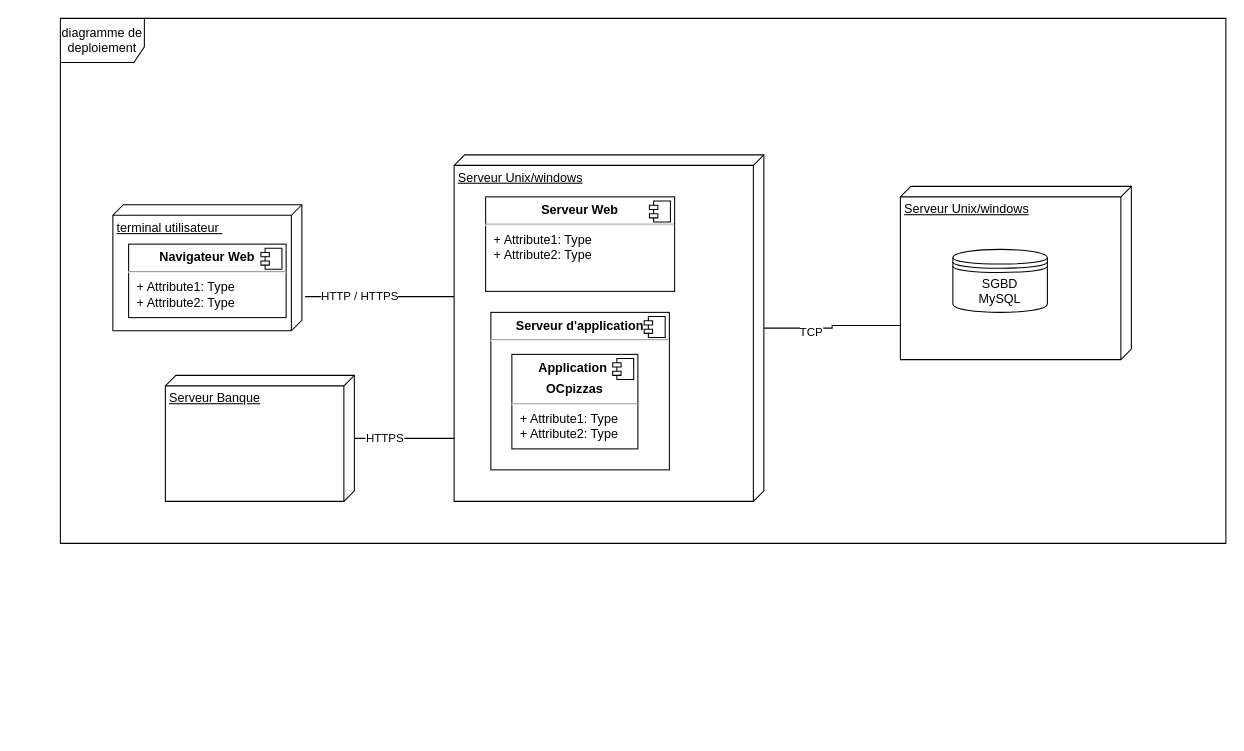
The draw.io diagram documentation/Diagramme deploiement OCpizzas.drawio in jbbaillet85/OCpizzas, before the edit. Source tidied: cells renumbered, new cells numbered last; positions are measured from the earlier drawing's top-left corner, leaving out a move shared by most shapes. Both pictures are drawn from the tidied source at 105%, with x=0, y=0 at pixel (60, 18).
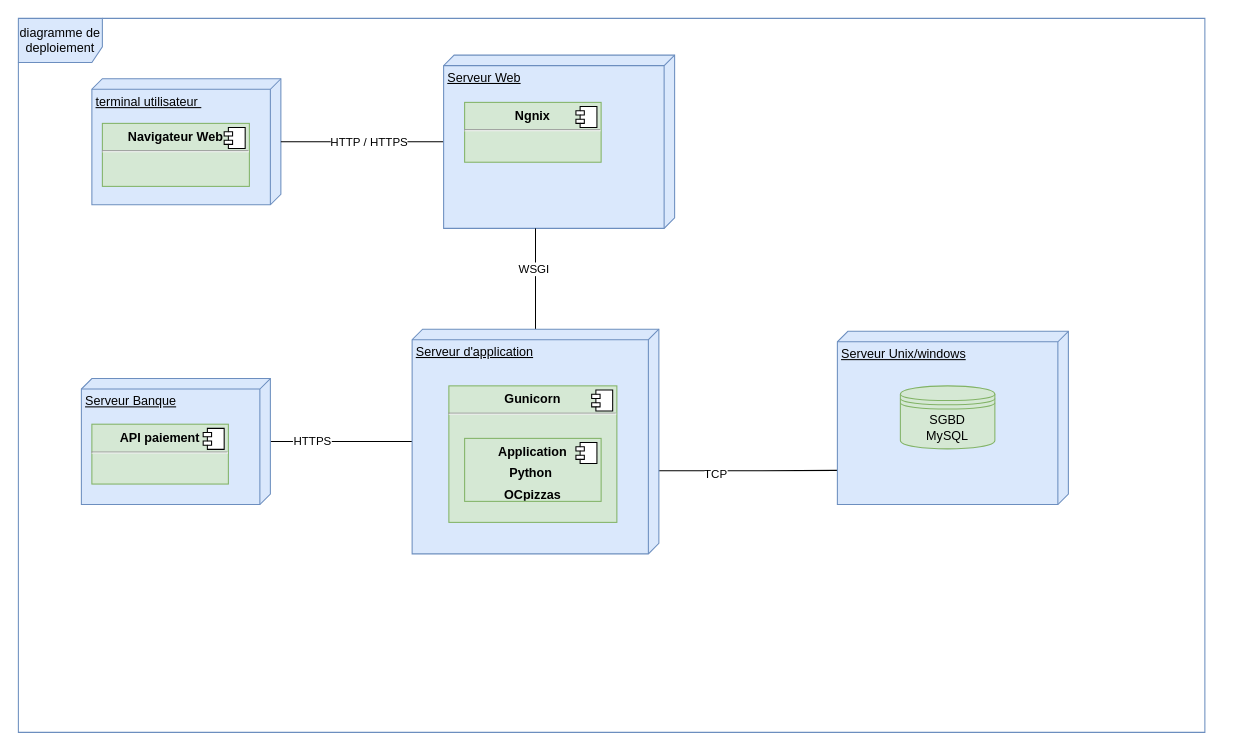
Above is the later version.

Commit message (it also covers changes not shown here):
diagrame de deploiement

Change to the diagram source:
```diff
@@
-    <mxCell id="2" value="diagramme de deploiement" style="shape=umlFrame;whiteSpace=wrap;html=1;width=80;height=42;" parent="1" vertex="1">
-      <mxGeometry width="1110" height="500" as="geometry" />
+    <mxCell id="2" value="diagramme de deploiement" style="shape=umlFrame;whiteSpace=wrap;html=1;width=80;height=42;fillColor=#dae8fc;strokeColor=#6c8ebf;" parent="1" vertex="1">
+      <mxGeometry x="-40" width="1130" height="680" as="geometry" />
     </mxCell>
-    <mxCell id="3" value="terminal utilisateur&amp;nbsp;&lt;br&gt;" style="verticalAlign=top;align=left;spacingTop=8;spacingLeft=2;spacingRight=12;shape=cube;size=10;direction=south;fontStyle=4;html=1;" parent="1" vertex="1">
-      <mxGeometry x="50" y="177.5" width="180" height="120" as="geometry" />
+    <mxCell id="3" value="terminal utilisateur&amp;nbsp;&lt;br&gt;" style="verticalAlign=top;align=left;spacingTop=8;spacingLeft=2;spacingRight=12;shape=cube;size=10;direction=south;fontStyle=4;html=1;fillColor=#dae8fc;strokeColor=#6c8ebf;" parent="1" vertex="1">
+      <mxGeometry x="30" y="57.5" width="180" height="120" as="geometry" />
     </mxCell>
-    <mxCell id="4" style="edgeStyle=orthogonalEdgeStyle;rounded=0;jettySize=auto;html=1;entryX=0.803;entryY=1;entryDx=0;entryDy=0;entryPerimeter=0;endArrow=none;endFill=0;" parent="1" edge="1" source="8" target="9">
+    <mxCell id="4" style="edgeStyle=orthogonalEdgeStyle;rounded=0;jettySize=auto;html=1;entryX=0.803;entryY=1;entryDx=0;entryDy=0;entryPerimeter=0;endArrow=none;endFill=0;exitX=0.63;exitY=0.018;exitDx=0;exitDy=0;exitPerimeter=0;" parent="1" edge="1" source="18" target="9">
       <mxGeometry relative="1" as="geometry" />
     </mxCell>
@@
-    <mxCell id="6" style="edgeStyle=orthogonalEdgeStyle;rounded=0;jettySize=auto;html=1;entryX=0.729;entryY=-0.017;entryDx=0;entryDy=0;entryPerimeter=0;endArrow=none;endFill=0;" parent="1" edge="1" source="8" target="3">
-      <mxGeometry relative="1" as="geometry">
-        <Array as="points">
-          <mxPoint x="350" y="265" />
-          <mxPoint x="350" y="265" />
-        </Array>
-      </mxGeometry>
+    <mxCell id="6" style="edgeStyle=orthogonalEdgeStyle;rounded=0;jettySize=auto;html=1;endArrow=none;endFill=0;" parent="1" edge="1" source="24" target="3">
+      <mxGeometry relative="1" as="geometry" />
     </mxCell>
     <mxCell id="7" value="HTTP / HTTPS" style="edgeLabel;html=1;align=center;verticalAlign=middle;" parent="6" vertex="1">
       <mxGeometry x="0.29" relative="1" as="geometry">
-        <mxPoint x="1" as="offset" />
+        <mxPoint x="28" as="offset" />
       </mxGeometry>
     </mxCell>
-    <mxCell id="8" value="Serveur Unix/windows" style="verticalAlign=top;align=left;spacingTop=8;spacingLeft=2;spacingRight=12;shape=cube;size=10;direction=south;fontStyle=4;html=1;" parent="1" vertex="1">
-      <mxGeometry x="375" y="130" width="295" height="330" as="geometry" />
-    </mxCell>
-    <mxCell id="9" value="Serveur Unix/windows" style="verticalAlign=top;align=left;spacingTop=8;spacingLeft=2;spacingRight=12;shape=cube;size=10;direction=south;fontStyle=4;html=1;" parent="1" vertex="1">
-      <mxGeometry x="800" y="160" width="220" height="165" as="geometry" />
+    <mxCell id="9" value="Serveur Unix/windows" style="verticalAlign=top;align=left;spacingTop=8;spacingLeft=2;spacingRight=12;shape=cube;size=10;direction=south;fontStyle=4;html=1;fillColor=#dae8fc;strokeColor=#6c8ebf;" parent="1" vertex="1">
+      <mxGeometry x="740" y="298" width="220" height="165" as="geometry" />
     </mxCell>
-    <mxCell id="10" value="SGBD&#10;MySQL" style="shape=datastore;whiteSpace=wrap;html=1;fontFamily=Helvetica;fontSize=12;fontColor=#000000;align=center;strokeColor=#000000;fillColor=#ffffff;" parent="1" vertex="1">
-      <mxGeometry x="850" y="220" width="90" height="60" as="geometry" />
+    <mxCell id="10" value="SGBD&#10;MySQL" style="shape=datastore;whiteSpace=wrap;html=1;fontFamily=Helvetica;fontSize=12;align=center;strokeColor=#82b366;fillColor=#d5e8d4;" parent="1" vertex="1">
+      <mxGeometry x="800" y="350" width="90" height="60" as="geometry" />
     </mxCell>
-    <mxCell id="11" style="edgeStyle=orthogonalEdgeStyle;rounded=0;jettySize=auto;html=1;endArrow=none;endFill=0;" parent="1" edge="1" source="13" target="8">
-      <mxGeometry relative="1" as="geometry">
-        <Array as="points">
-          <mxPoint x="360" y="400" />
-          <mxPoint x="360" y="400" />
-        </Array>
-      </mxGeometry>
+    <mxCell id="11" style="edgeStyle=orthogonalEdgeStyle;rounded=0;jettySize=auto;html=1;endArrow=none;endFill=0;" parent="1" edge="1" source="13" target="18">
+      <mxGeometry relative="1" as="geometry" />
     </mxCell>
@@
-    <mxCell id="13" value="Serveur Banque" style="verticalAlign=top;align=left;spacingTop=8;spacingLeft=2;spacingRight=12;shape=cube;size=10;direction=south;fontStyle=4;html=1;" parent="1" vertex="1">
-      <mxGeometry x="100" y="340" width="180" height="120" as="geometry" />
+    <mxCell id="13" value="Serveur Banque" style="verticalAlign=top;align=left;spacingTop=8;spacingLeft=2;spacingRight=12;shape=cube;size=10;direction=south;fontStyle=4;html=1;fillColor=#dae8fc;strokeColor=#6c8ebf;" parent="1" vertex="1">
+      <mxGeometry x="20" y="343" width="180" height="120" as="geometry" />
     </mxCell>
-    <mxCell id="14" value="&lt;p style=&quot;margin: 0px ; margin-top: 6px ; text-align: center&quot;&gt;&lt;b&gt;Navigateur Web&lt;/b&gt;&lt;/p&gt;&lt;hr&gt;&lt;p style=&quot;margin: 0px ; margin-left: 8px&quot;&gt;+ Attribute1: Type&lt;br&gt;+ Attribute2: Type&lt;/p&gt;" style="align=left;overflow=fill;html=1;" parent="1" vertex="1">
-      <mxGeometry x="65" y="215" width="150" height="70" as="geometry" />
+    <mxCell id="14" value="&lt;p style=&quot;margin: 0px ; margin-top: 6px ; text-align: center&quot;&gt;&lt;b&gt;Navigateur Web&lt;/b&gt;&lt;/p&gt;&lt;hr&gt;&lt;p style=&quot;margin: 0px ; margin-left: 8px&quot;&gt;&lt;br&gt;&lt;/p&gt;" style="align=left;overflow=fill;html=1;fillColor=#d5e8d4;strokeColor=#82b366;" parent="1" vertex="1">
+      <mxGeometry x="40" y="100" width="140" height="60" as="geometry" />
     </mxCell>
@@
-    <mxCell id="16" value="&lt;p style=&quot;margin: 0px ; margin-top: 6px ; text-align: center&quot;&gt;&lt;b&gt;Serveur Web&lt;/b&gt;&lt;/p&gt;&lt;hr&gt;&lt;p style=&quot;margin: 0px ; margin-left: 8px&quot;&gt;+ Attribute1: Type&lt;br&gt;+ Attribute2: Type&lt;/p&gt;" style="align=left;overflow=fill;html=1;" parent="1" vertex="1">
-      <mxGeometry x="405" y="170" width="180" height="90" as="geometry" />
-    </mxCell>
-    <mxCell id="17" style="shape=component;jettyWidth=8;jettyHeight=4;" parent="16" vertex="1">
-      <mxGeometry x="1" width="20" height="20" relative="1" as="geometry">
-        <mxPoint x="-24" y="4" as="offset" />
-      </mxGeometry>
-    </mxCell>
+    <mxCell id="22" value="&lt;p style=&quot;margin: 0px ; margin-top: 6px ; text-align: center&quot;&gt;&lt;b&gt;API paiement&lt;/b&gt;&lt;/p&gt;&lt;hr&gt;&lt;p style=&quot;margin: 0px ; margin-left: 8px&quot;&gt;&lt;br&gt;&lt;/p&gt;" style="align=left;overflow=fill;html=1;fillColor=#d5e8d4;strokeColor=#82b366;" parent="1" vertex="1">
+      <mxGeometry x="30" y="386.5" width="130" height="57" as="geometry" />
+    </mxCell>
+    <mxCell id="23" style="shape=component;jettyWidth=8;jettyHeight=4;" parent="22" vertex="1">
+      <mxGeometry x="1" width="20" height="20" relative="1" as="geometry">
+        <mxPoint x="-24" y="4" as="offset" />
+      </mxGeometry>
+    </mxCell>
+    <mxCell id="24" value="Serveur Web" style="verticalAlign=top;align=left;spacingTop=8;spacingLeft=2;spacingRight=12;shape=cube;size=10;direction=south;fontStyle=4;html=1;fillColor=#dae8fc;strokeColor=#6c8ebf;" parent="1" vertex="1">
+      <mxGeometry x="365" y="35" width="220" height="165" as="geometry" />
+    </mxCell>
+    <mxCell id="25" style="edgeStyle=orthogonalEdgeStyle;rounded=0;jettySize=auto;html=1;startArrow=none;startFill=0;endArrow=none;endFill=0;" parent="1" edge="1" source="18" target="24">
+      <mxGeometry relative="1" as="geometry">
+        <Array as="points">
+          <mxPoint x="453" y="230" />
+          <mxPoint x="453" y="230" />
+        </Array>
+      </mxGeometry>
+    </mxCell>
+    <mxCell id="26" value="WSGI" style="edgeLabel;html=1;align=center;verticalAlign=middle;" parent="25" vertex="1">
+      <mxGeometry x="0.21" y="3" relative="1" as="geometry">
+        <mxPoint x="1" as="offset" />
+      </mxGeometry>
+    </mxCell>
-    <mxCell id="18" value="&lt;p style=&quot;margin: 0px ; margin-top: 6px ; text-align: center&quot;&gt;&lt;b&gt;Serveur d'application&lt;/b&gt;&lt;/p&gt;&lt;hr&gt;&lt;p style=&quot;margin: 0px ; margin-left: 8px&quot;&gt;&lt;br&gt;&lt;/p&gt;" style="align=left;overflow=fill;html=1;" parent="1" vertex="1">
-      <mxGeometry x="410" y="280" width="170" height="150" as="geometry" />
+    <mxCell id="18" value="Serveur d'application" style="verticalAlign=top;align=left;spacingTop=8;spacingLeft=2;spacingRight=12;shape=cube;size=10;direction=south;fontStyle=4;html=1;fillColor=#dae8fc;strokeColor=#6c8ebf;" parent="1" vertex="1">
+      <mxGeometry x="335" y="296" width="235" height="214" as="geometry" />
     </mxCell>
-    <mxCell id="19" style="shape=component;jettyWidth=8;jettyHeight=4;" parent="18" vertex="1">
-      <mxGeometry x="1" width="20" height="20" relative="1" as="geometry">
-        <mxPoint x="-24" y="4" as="offset" />
-      </mxGeometry>
-    </mxCell>
-    <mxCell id="20" value="&lt;p style=&quot;margin: 0px ; margin-top: 6px ; text-align: center&quot;&gt;&lt;b&gt;Application&amp;nbsp;&lt;/b&gt;&lt;/p&gt;&lt;p style=&quot;margin: 0px ; margin-top: 6px ; text-align: center&quot;&gt;&lt;b&gt;OCpizzas&lt;/b&gt;&lt;/p&gt;&lt;hr&gt;&lt;p style=&quot;margin: 0px ; margin-left: 8px&quot;&gt;+ Attribute1: Type&lt;br&gt;+ Attribute2: Type&lt;/p&gt;" style="align=left;overflow=fill;html=1;" parent="1" vertex="1">
-      <mxGeometry x="430" y="320" width="120" height="90" as="geometry" />
-    </mxCell>
-    <mxCell id="21" style="shape=component;jettyWidth=8;jettyHeight=4;" parent="20" vertex="1">
-      <mxGeometry x="1" width="20" height="20" relative="1" as="geometry">
-        <mxPoint x="-24" y="4" as="offset" />
-      </mxGeometry>
-    </mxCell>
+    <mxCell id="27" value="&lt;p style=&quot;margin: 0px ; margin-top: 6px ; text-align: center&quot;&gt;&lt;b&gt;Gunicorn&lt;/b&gt;&lt;/p&gt;&lt;hr&gt;&lt;p style=&quot;margin: 0px ; margin-left: 8px&quot;&gt;&lt;br&gt;&lt;/p&gt;" style="align=left;overflow=fill;html=1;fillColor=#d5e8d4;strokeColor=#82b366;" parent="1" vertex="1">
+      <mxGeometry x="370" y="350" width="160" height="130" as="geometry" />
+    </mxCell>
+    <mxCell id="28" style="shape=component;jettyWidth=8;jettyHeight=4;" parent="27" vertex="1">
+      <mxGeometry x="1" width="20" height="20" relative="1" as="geometry">
+        <mxPoint x="-24" y="4" as="offset" />
+      </mxGeometry>
+    </mxCell>
+    <mxCell id="29" value="&lt;p style=&quot;margin: 0px ; margin-top: 6px ; text-align: center&quot;&gt;&lt;b&gt;Ngnix&lt;/b&gt;&lt;/p&gt;&lt;hr&gt;&lt;p style=&quot;margin: 0px ; margin-left: 8px&quot;&gt;&lt;br&gt;&lt;/p&gt;" style="align=left;overflow=fill;html=1;fillColor=#d5e8d4;strokeColor=#82b366;" parent="1" vertex="1">
+      <mxGeometry x="385" y="80" width="130" height="57" as="geometry" />
+    </mxCell>
+    <mxCell id="30" style="shape=component;jettyWidth=8;jettyHeight=4;" parent="29" vertex="1">
+      <mxGeometry x="1" width="20" height="20" relative="1" as="geometry">
+        <mxPoint x="-24" y="4" as="offset" />
+      </mxGeometry>
+    </mxCell>
+    <mxCell id="31" value="&lt;p style=&quot;margin: 0px ; margin-top: 6px ; text-align: center&quot;&gt;&lt;b&gt;Application&lt;/b&gt;&lt;/p&gt;&lt;p style=&quot;margin: 0px ; margin-top: 6px ; text-align: center&quot;&gt;&lt;b&gt;Python&amp;nbsp;&lt;/b&gt;&lt;/p&gt;&lt;p style=&quot;margin: 0px ; margin-top: 6px ; text-align: center&quot;&gt;&lt;b&gt;OCpizzas&lt;/b&gt;&lt;/p&gt;" style="align=left;overflow=fill;html=1;fillColor=#d5e8d4;strokeColor=#82b366;" parent="1" vertex="1">
+      <mxGeometry x="385" y="400" width="130" height="60" as="geometry" />
+    </mxCell>
+    <mxCell id="32" style="shape=component;jettyWidth=8;jettyHeight=4;" parent="31" vertex="1">
+      <mxGeometry x="1" width="20" height="20" relative="1" as="geometry">
+        <mxPoint x="-24" y="4" as="offset" />
+      </mxGeometry>
+    </mxCell>
```
